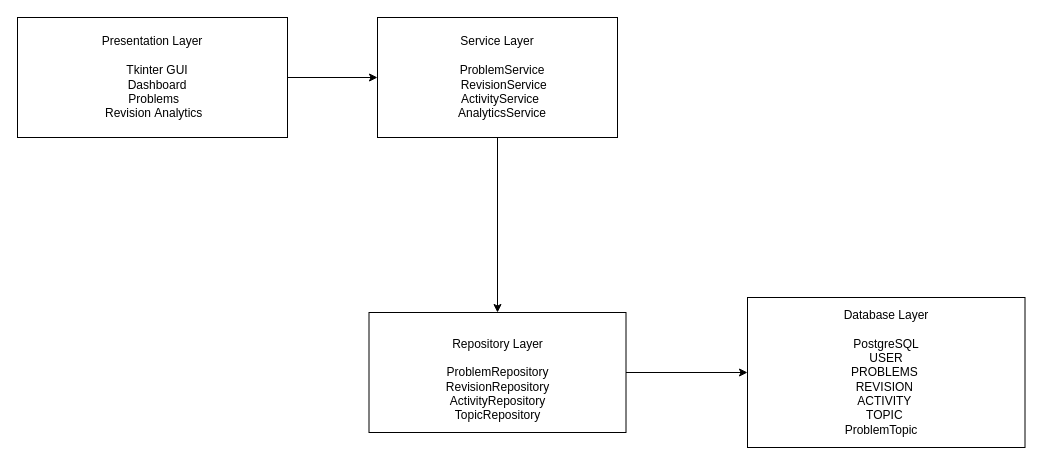
This is docs/System Architecture Diagramdrawio.drawio from PixelDotCodes/codeforge, a draw.io file, before an edit. Source tidied: cells renumbered, new cells numbered last; positions are measured from the earlier drawing's top-left corner, leaving out a move shared by most shapes. Both pictures are drawn from the tidied source at 100%, with x=0, y=0 at pixel (17, 17).
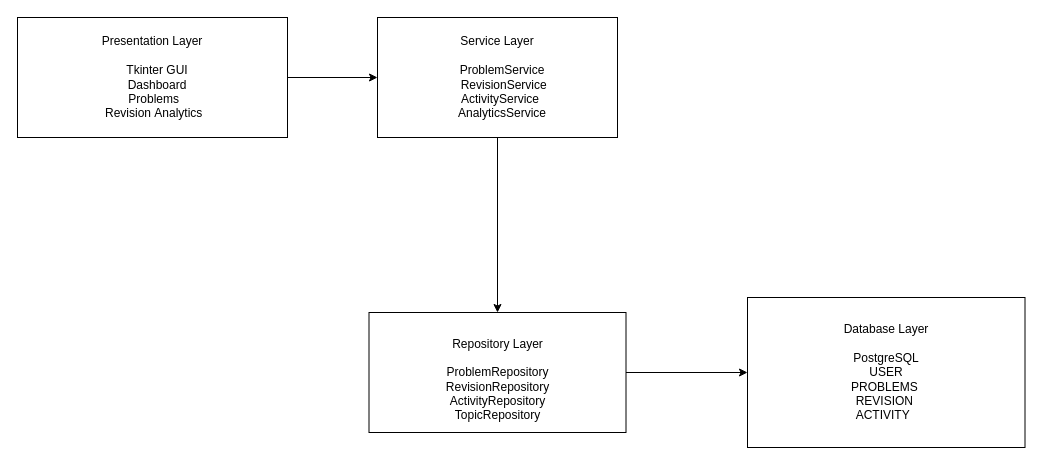
The same diagram, later.

Commit message:
update system architecture diagram:

Diff of the diagram source:
```diff
@@
 <mxGraphModel>
   <root>
     <mxCell id="0" />
     <mxCell id="1" parent="0" />
     <mxCell id="2" value="Presentation Layer&lt;div&gt;&lt;br&gt;&lt;div&gt;&amp;nbsp; &amp;nbsp;Tkinter GUI&lt;/div&gt;&lt;div&gt;&amp;nbsp; &amp;nbsp; Dashboard&amp;nbsp;&lt;/div&gt;&lt;div&gt;&amp;nbsp; &amp;nbsp;Problems&amp;nbsp;&amp;nbsp;&lt;/div&gt;&lt;div&gt;&amp;nbsp; &amp;nbsp;Revision&amp;nbsp;Analytics&amp;nbsp;&amp;nbsp;&lt;/div&gt;&lt;/div&gt;" style="rounded=0;whiteSpace=wrap;html=1;" parent="1" vertex="1">
       <mxGeometry width="270" height="120" as="geometry" />
     </mxCell>
     <mxCell id="3" value="Service Layer&lt;div&gt;&lt;br&gt;&lt;div&gt;&amp;nbsp; &amp;nbsp;ProblemService&lt;/div&gt;&lt;/div&gt;&lt;div&gt;&amp;nbsp; &amp;nbsp; RevisionService&lt;/div&gt;&lt;div&gt;&amp;nbsp; ActivityService&lt;/div&gt;&lt;div&gt;&amp;nbsp; &amp;nbsp;AnalyticsService&lt;/div&gt;" style="rounded=0;whiteSpace=wrap;html=1;" parent="1" vertex="1">
       <mxGeometry x="360" width="240" height="120" as="geometry" />
     </mxCell>
     <mxCell id="4" value="&lt;br&gt;Repository Layer&lt;div&gt;&lt;br&gt;ProblemRepository&lt;div&gt;RevisionRepository&lt;/div&gt;&lt;div&gt;ActivityRepository&lt;/div&gt;&lt;div&gt;TopicRepository&lt;/div&gt;&lt;/div&gt;" style="rounded=0;whiteSpace=wrap;html=1;" parent="1" vertex="1">
       <mxGeometry x="351.5" y="295" width="257" height="120" as="geometry" />
     </mxCell>
-    <mxCell id="5" value="Database Layer&lt;div&gt;&lt;span style=&quot;background-color: transparent; color: light-dark(rgb(0, 0, 0), rgb(255, 255, 255));&quot;&gt;&lt;br&gt;&lt;/span&gt;&lt;/div&gt;&lt;div&gt;&lt;span style=&quot;background-color: transparent; color: light-dark(rgb(0, 0, 0), rgb(255, 255, 255));&quot;&gt;PostgreSQL&lt;/span&gt;&lt;/div&gt;&lt;div&gt;USER&lt;/div&gt;&lt;div&gt;PROBLEMS&amp;nbsp;&lt;/div&gt;&lt;div&gt;REVISION&amp;nbsp;&lt;/div&gt;&lt;div&gt;ACTIVITY&amp;nbsp;&lt;/div&gt;&lt;div&gt;TOPIC&amp;nbsp;&lt;/div&gt;&lt;div&gt;ProblemTopic     &amp;nbsp;&amp;nbsp;&lt;span style=&quot;background-color: transparent; color: light-dark(rgb(0, 0, 0), rgb(255, 255, 255));&quot;&gt;&lt;/span&gt;&lt;/div&gt;" style="rounded=0;whiteSpace=wrap;html=1;" parent="1" vertex="1">
+    <mxCell id="5" value="Database Layer&lt;div&gt;&lt;span style=&quot;background-color: transparent; color: light-dark(rgb(0, 0, 0), rgb(255, 255, 255));&quot;&gt;&lt;br&gt;&lt;/span&gt;&lt;/div&gt;&lt;div&gt;&lt;span style=&quot;background-color: transparent; color: light-dark(rgb(0, 0, 0), rgb(255, 255, 255));&quot;&gt;PostgreSQL&lt;/span&gt;&lt;/div&gt;&lt;div&gt;USER&lt;/div&gt;&lt;div&gt;PROBLEMS&amp;nbsp;&lt;/div&gt;&lt;div&gt;REVISION&amp;nbsp;&lt;/div&gt;&lt;div&gt;ACTIVITY&lt;span style=&quot;background-color: transparent; color: rgb(63, 63, 63);&quot;&gt;&amp;nbsp;&amp;nbsp;&lt;/span&gt;&lt;/div&gt;" style="rounded=0;whiteSpace=wrap;html=1;" parent="1" vertex="1">
       <mxGeometry x="730" y="280" width="277.5" height="150" as="geometry" />
     </mxCell>
     <mxCell id="6" style="endArrow=classic;html=1;rounded=0;exitX=1;exitY=0.5;exitDx=0;exitDy=0;endFill=1;entryX=0;entryY=0.5;entryDx=0;entryDy=0;" parent="1" edge="1" source="2" target="3">
       <mxGeometry relative="1" as="geometry" />
     </mxCell>
     <mxCell id="7" style="endArrow=classic;html=1;rounded=0;entryX=0.5;entryY=0;entryDx=0;entryDy=0;exitX=0.5;exitY=1;exitDx=0;exitDy=0;" parent="1" edge="1" source="3" target="4">
       <mxGeometry relative="1" as="geometry" />
     </mxCell>
     <mxCell id="8" style="endArrow=classic;html=1;rounded=0;entryX=0;entryY=0.5;entryDx=0;entryDy=0;exitX=1;exitY=0.5;exitDx=0;exitDy=0;" parent="1" edge="1" source="4" target="5">
       <mxGeometry relative="1" as="geometry" />
     </mxCell>
   </root>
 </mxGraphModel>
```
